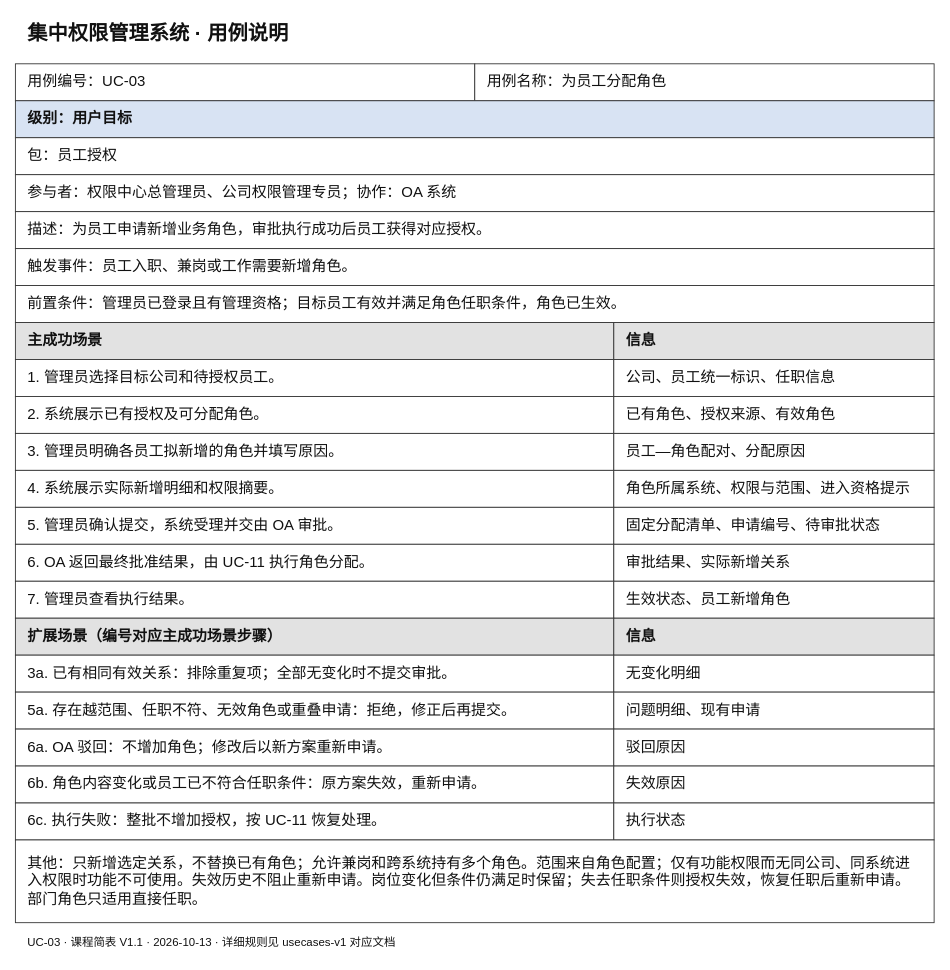
Above: page "UC-03 为员工分配角色" (3 of 11) of docs/usecase-tables-v1/权限管理系统_课程格式用例说明.drawio in Noah-hope/RBAC-admin (draw.io), before the change. Source tidied: cells renumbered, new cells numbered last; positions are measured from the earlier drawing's top-left corner, leaving out a move shared by most shapes. Both pictures are drawn from the tidied source at 88%, with x=0, y=0 at pixel (15, 15).
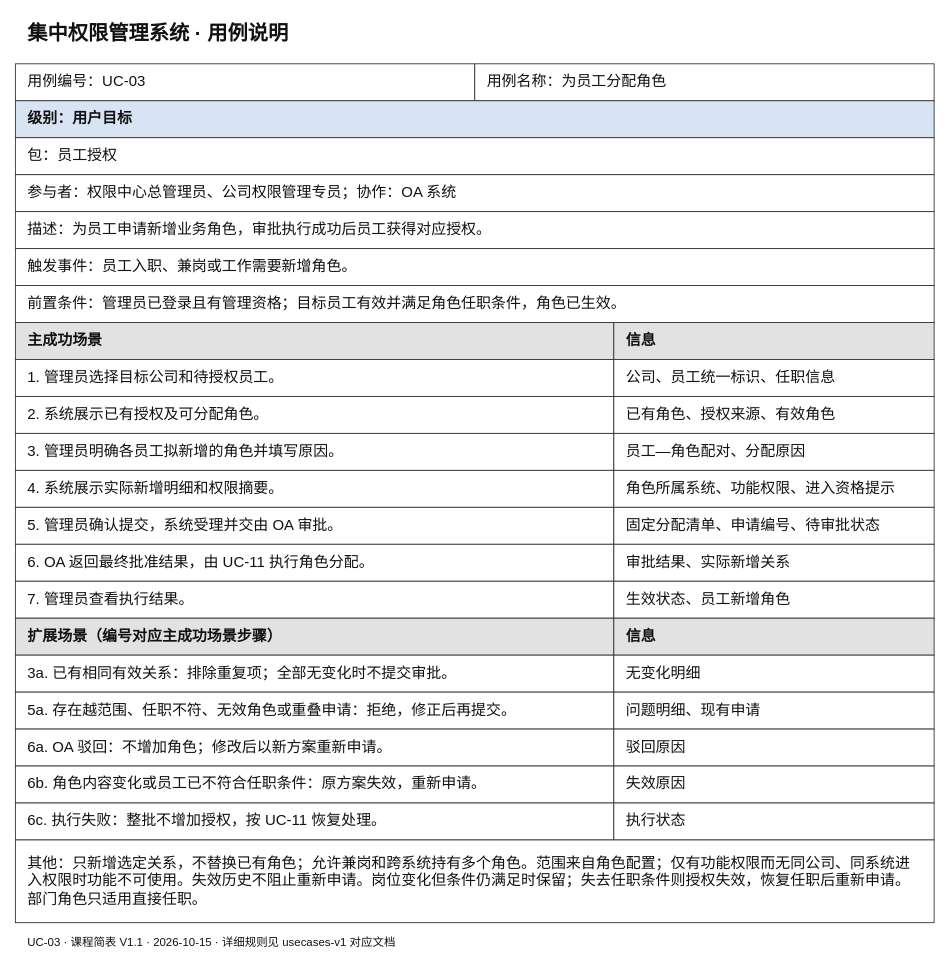
Above is the later version.

Change to the diagram source:
```diff
@@
-    <mxCell id="20" value="角色所属系统、权限与范围、进入资格提示" style="rounded=0;whiteSpace=wrap;html=0;fontFamily=Microsoft YaHei;fontSize=17;fontColor=#111111;align=left;verticalAlign=middle;spacingLeft=12;spacingRight=12;spacingTop=8;spacingBottom=8;fillColor=#ffffff;strokeColor=#333333;fontStyle=0;" parent="1" vertex="1">
+    <mxCell id="20" value="角色所属系统、功能权限、进入资格提示" style="rounded=0;whiteSpace=wrap;html=0;fontFamily=Microsoft YaHei;fontSize=17;fontColor=#111111;align=left;verticalAlign=middle;spacingLeft=12;spacingRight=12;spacingTop=8;spacingBottom=8;fillColor=#ffffff;strokeColor=#333333;fontStyle=0;" parent="1" vertex="1">
       <mxGeometry x="680" y="517" width="364" height="42" as="geometry" />
     </mxCell>
@@
-    <mxCell id="40" value="UC-03 · 课程简表 V1.1 · 2026-10-13 · 详细规则见 usecases-v1 对应文档" style="rounded=0;whiteSpace=wrap;html=0;fontFamily=Microsoft YaHei;fontSize=13;fontColor=#111111;align=left;verticalAlign=middle;spacingLeft=12;spacingRight=12;spacingTop=8;spacingBottom=8;fillColor=#ffffff;strokeColor=none;fontStyle=0;" parent="1" vertex="1">
+    <mxCell id="40" value="UC-03 · 课程简表 V1.1 · 2026-10-15 · 详细规则见 usecases-v1 对应文档" style="rounded=0;whiteSpace=wrap;html=0;fontFamily=Microsoft YaHei;fontSize=13;fontColor=#111111;align=left;verticalAlign=middle;spacingLeft=12;spacingRight=12;spacingTop=8;spacingBottom=8;fillColor=#ffffff;strokeColor=none;fontStyle=0;" parent="1" vertex="1">
       <mxGeometry y="1038" width="1044" height="30" as="geometry" />
     </mxCell>
```
